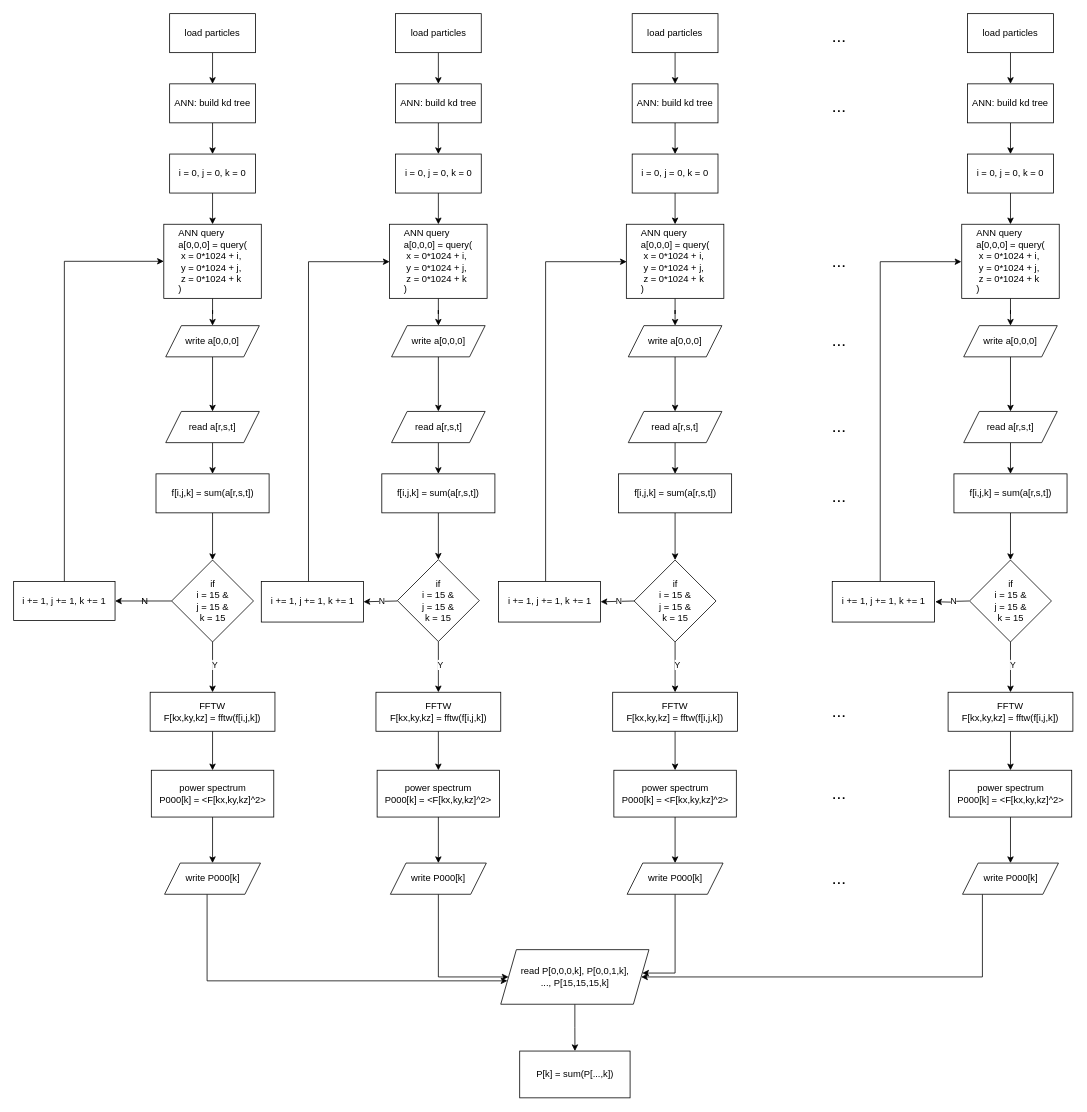
This is Untitled Diagram.drawio from YujieH3/large-velocity-power-spectrum, a draw.io file, before an edit. Source tidied: cells renumbered, new cells numbered last; positions are measured from the earlier drawing's top-left corner, leaving out a move shared by most shapes. Both pictures are drawn from the tidied source at 78%, with x=0, y=0 at pixel (13, 13).
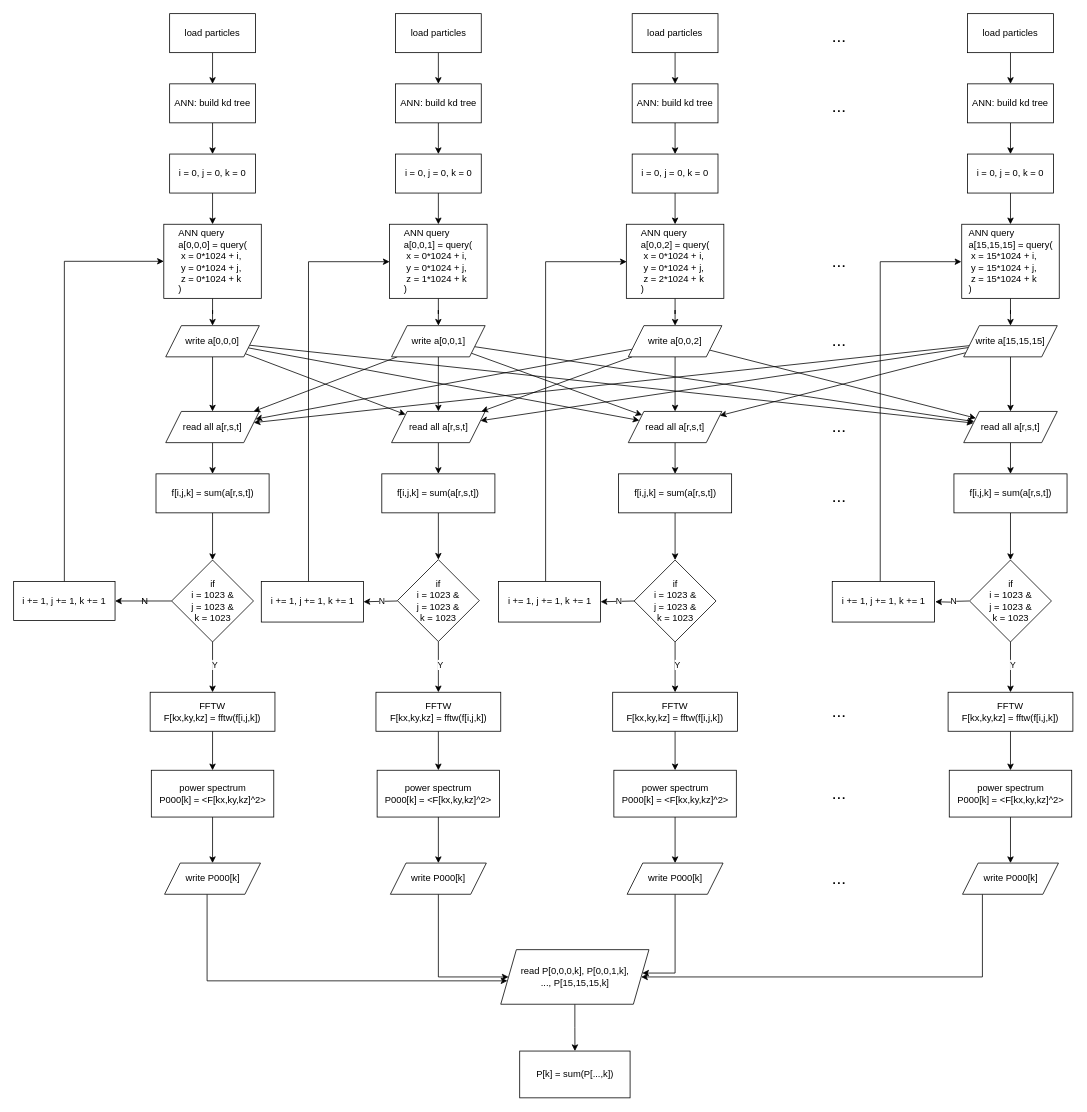
Above is the later version.

The change refers to these unchanged cells:
```xml
<mxCell id="12" value="write a[0,0,0]" style="shape=parallelogram;perimeter=parallelogramPerimeter;whiteSpace=wrap;html=1;fixedSize=1;rounded=0;" parent="1" vertex="1">
  <mxGeometry x="195" y="400" width="120" height="40" as="geometry" />
</mxCell>
```

The edit, as a diff of the source:
```diff
@@
+    <mxCell id="122" style="edgeStyle=none;shape=connector;rounded=0;jettySize=auto;html=1;labelBackgroundColor=default;strokeColor=default;align=center;verticalAlign=middle;fontFamily=Helvetica;fontSize=11;fontColor=default;endArrow=classic;" parent="1" edge="1" source="12" target="44">
+      <mxGeometry relative="1" as="geometry" />
+    </mxCell>
+    <mxCell id="123" style="edgeStyle=none;shape=connector;rounded=0;jettySize=auto;html=1;labelBackgroundColor=default;strokeColor=default;align=center;verticalAlign=middle;fontFamily=Helvetica;fontSize=11;fontColor=default;endArrow=classic;" parent="1" edge="1" source="12" target="67">
+      <mxGeometry relative="1" as="geometry" />
+    </mxCell>
+    <mxCell id="124" style="edgeStyle=none;shape=connector;rounded=0;jettySize=auto;html=1;labelBackgroundColor=default;strokeColor=default;align=center;verticalAlign=middle;fontFamily=Helvetica;fontSize=11;fontColor=default;endArrow=classic;" parent="1" edge="1" source="12" target="90">
+      <mxGeometry relative="1" as="geometry" />
+    </mxCell>
@@
-    <mxCell id="14" value="read a[r,s,t]" style="shape=parallelogram;perimeter=parallelogramPerimeter;whiteSpace=wrap;html=1;fixedSize=1;rounded=0;" parent="1" vertex="1">
+    <mxCell id="14" value="read all a[r,s,t]" style="shape=parallelogram;perimeter=parallelogramPerimeter;whiteSpace=wrap;html=1;fixedSize=1;rounded=0;" parent="1" vertex="1">
       <mxGeometry x="195" y="510" width="120" height="40" as="geometry" />
     </mxCell>
@@
-    <mxCell id="20" value="&lt;div&gt;if&lt;br&gt;&lt;/div&gt;&lt;div&gt;i = 15 &amp;amp;&lt;br&gt;&lt;/div&gt;&lt;div&gt;j = 15 &amp;amp;&lt;br&gt;&lt;/div&gt;&lt;div&gt;k = 15&lt;br&gt;&lt;/div&gt;" style="rhombus;whiteSpace=wrap;html=1;rounded=0;" parent="1" vertex="1">
+    <mxCell id="20" value="&lt;div&gt;if&lt;br&gt;&lt;/div&gt;&lt;div&gt;i = 1023 &amp;amp;&lt;br&gt;&lt;/div&gt;&lt;div&gt;j = 1023 &amp;amp;&lt;br&gt;&lt;/div&gt;&lt;div&gt;k = 1023&lt;br&gt;&lt;/div&gt;" style="rhombus;whiteSpace=wrap;html=1;rounded=0;" parent="1" vertex="1">
       <mxGeometry x="202.5" y="700.5" width="105" height="105" as="geometry" />
     </mxCell>
@@
-    <mxCell id="40" value="&lt;div style=&quot;text-align: left;&quot;&gt;ANN query&lt;/div&gt;&lt;div style=&quot;text-align: left;&quot;&gt;a[0,0,0] = query(&lt;/div&gt;&lt;div style=&quot;text-align: left;&quot;&gt;&amp;nbsp;x = 0*1024 + i,&lt;/div&gt;&lt;div style=&quot;text-align: left;&quot;&gt;&amp;nbsp;y = 0*1024 + j,&lt;/div&gt;&lt;div style=&quot;text-align: left;&quot;&gt;&amp;nbsp;z = 0*1024 + k&lt;/div&gt;&lt;div style=&quot;text-align: left;&quot;&gt;)&lt;/div&gt;" style="whiteSpace=wrap;html=1;rounded=0;" parent="1" vertex="1">
+    <mxCell id="40" value="&lt;div style=&quot;text-align: left;&quot;&gt;ANN query&lt;/div&gt;&lt;div style=&quot;text-align: left;&quot;&gt;a[0,0,1] = query(&lt;/div&gt;&lt;div style=&quot;text-align: left;&quot;&gt;&amp;nbsp;x = 0*1024 + i,&lt;/div&gt;&lt;div style=&quot;text-align: left;&quot;&gt;&amp;nbsp;y = 0*1024 + j,&lt;/div&gt;&lt;div style=&quot;text-align: left;&quot;&gt;&amp;nbsp;z = 1*1024 + k&lt;/div&gt;&lt;div style=&quot;text-align: left;&quot;&gt;)&lt;/div&gt;" style="whiteSpace=wrap;html=1;rounded=0;" parent="1" vertex="1">
       <mxGeometry x="482" y="270" width="125" height="95" as="geometry" />
     </mxCell>
@@
+    <mxCell id="125" style="rounded=0;jettySize=auto;html=1;jumpStyle=none;" parent="1" edge="1" source="42" target="14">
+      <mxGeometry relative="1" as="geometry" />
+    </mxCell>
+    <mxCell id="126" style="edgeStyle=none;shape=connector;rounded=0;jettySize=auto;html=1;labelBackgroundColor=default;strokeColor=default;align=center;verticalAlign=middle;fontFamily=Helvetica;fontSize=11;fontColor=default;endArrow=classic;" parent="1" edge="1" source="42" target="67">
+      <mxGeometry relative="1" as="geometry" />
+    </mxCell>
+    <mxCell id="127" style="edgeStyle=none;shape=connector;rounded=0;jettySize=auto;html=1;labelBackgroundColor=default;strokeColor=default;align=center;verticalAlign=middle;fontFamily=Helvetica;fontSize=11;fontColor=default;endArrow=classic;" parent="1" edge="1" source="42" target="90">
+      <mxGeometry relative="1" as="geometry" />
+    </mxCell>
-    <mxCell id="42" value="write a[0,0,0]" style="shape=parallelogram;perimeter=parallelogramPerimeter;whiteSpace=wrap;html=1;fixedSize=1;rounded=0;" parent="1" vertex="1">
+    <mxCell id="42" value="write a[0,0,1]" style="shape=parallelogram;perimeter=parallelogramPerimeter;whiteSpace=wrap;html=1;fixedSize=1;rounded=0;" parent="1" vertex="1">
       <mxGeometry x="484.5" y="400" width="120" height="40" as="geometry" />
     </mxCell>
@@
-    <mxCell id="44" value="read a[r,s,t]" style="shape=parallelogram;perimeter=parallelogramPerimeter;whiteSpace=wrap;html=1;fixedSize=1;rounded=0;" parent="1" vertex="1">
+    <mxCell id="44" value="read all a[r,s,t]" style="shape=parallelogram;perimeter=parallelogramPerimeter;whiteSpace=wrap;html=1;fixedSize=1;rounded=0;" parent="1" vertex="1">
       <mxGeometry x="484.5" y="510" width="120" height="40" as="geometry" />
     </mxCell>
@@
-    <mxCell id="49" value="&lt;div&gt;if&lt;br&gt;&lt;/div&gt;&lt;div&gt;i = 15 &amp;amp;&lt;br&gt;&lt;/div&gt;&lt;div&gt;j = 15 &amp;amp;&lt;br&gt;&lt;/div&gt;&lt;div&gt;k = 15&lt;br&gt;&lt;/div&gt;" style="rhombus;whiteSpace=wrap;html=1;rounded=0;" parent="1" vertex="1">
+    <mxCell id="49" value="&lt;div&gt;if&lt;br&gt;&lt;/div&gt;&lt;div&gt;i = 1023 &amp;amp;&lt;br&gt;&lt;/div&gt;&lt;div&gt;j = 1023 &amp;amp;&lt;br&gt;&lt;/div&gt;&lt;div&gt;k = 1023&lt;br&gt;&lt;/div&gt;" style="rhombus;whiteSpace=wrap;html=1;rounded=0;" parent="1" vertex="1">
       <mxGeometry x="492" y="700" width="105" height="105" as="geometry" />
     </mxCell>
@@
-    <mxCell id="63" value="&lt;div style=&quot;text-align: left;&quot;&gt;ANN query&lt;/div&gt;&lt;div style=&quot;text-align: left;&quot;&gt;a[0,0,0] = query(&lt;/div&gt;&lt;div style=&quot;text-align: left;&quot;&gt;&amp;nbsp;x = 0*1024 + i,&lt;/div&gt;&lt;div style=&quot;text-align: left;&quot;&gt;&amp;nbsp;y = 0*1024 + j,&lt;/div&gt;&lt;div style=&quot;text-align: left;&quot;&gt;&amp;nbsp;z = 0*1024 + k&lt;/div&gt;&lt;div style=&quot;text-align: left;&quot;&gt;)&lt;/div&gt;" style="whiteSpace=wrap;html=1;rounded=0;" parent="1" vertex="1">
+    <mxCell id="63" value="&lt;div style=&quot;text-align: left;&quot;&gt;ANN query&lt;/div&gt;&lt;div style=&quot;text-align: left;&quot;&gt;a[0,0,2] = query(&lt;/div&gt;&lt;div style=&quot;text-align: left;&quot;&gt;&amp;nbsp;x = 0*1024 + i,&lt;/div&gt;&lt;div style=&quot;text-align: left;&quot;&gt;&amp;nbsp;y = 0*1024 + j,&lt;/div&gt;&lt;div style=&quot;text-align: left;&quot;&gt;&amp;nbsp;z = 2*1024 + k&lt;/div&gt;&lt;div style=&quot;text-align: left;&quot;&gt;)&lt;/div&gt;" style="whiteSpace=wrap;html=1;rounded=0;" parent="1" vertex="1">
       <mxGeometry x="785.5" y="270" width="125" height="95" as="geometry" />
     </mxCell>
@@
+    <mxCell id="128" style="rounded=0;jettySize=auto;html=1;" parent="1" edge="1" source="65" target="14">
+      <mxGeometry relative="1" as="geometry" />
+    </mxCell>
+    <mxCell id="129" style="edgeStyle=none;shape=connector;rounded=0;jettySize=auto;html=1;labelBackgroundColor=default;strokeColor=default;align=center;verticalAlign=middle;fontFamily=Helvetica;fontSize=11;fontColor=default;endArrow=classic;" parent="1" edge="1" source="65" target="44">
+      <mxGeometry relative="1" as="geometry" />
+    </mxCell>
+    <mxCell id="130" style="edgeStyle=none;shape=connector;rounded=0;jettySize=auto;html=1;labelBackgroundColor=default;strokeColor=default;align=center;verticalAlign=middle;fontFamily=Helvetica;fontSize=11;fontColor=default;endArrow=classic;" parent="1" edge="1" source="65" target="90">
+      <mxGeometry relative="1" as="geometry" />
+    </mxCell>
-    <mxCell id="65" value="write a[0,0,0]" style="shape=parallelogram;perimeter=parallelogramPerimeter;whiteSpace=wrap;html=1;fixedSize=1;rounded=0;" parent="1" vertex="1">
+    <mxCell id="65" value="write a[0,0,2]" style="shape=parallelogram;perimeter=parallelogramPerimeter;whiteSpace=wrap;html=1;fixedSize=1;rounded=0;" parent="1" vertex="1">
       <mxGeometry x="788" y="400" width="120" height="40" as="geometry" />
     </mxCell>
@@
-    <mxCell id="67" value="read a[r,s,t]" style="shape=parallelogram;perimeter=parallelogramPerimeter;whiteSpace=wrap;html=1;fixedSize=1;rounded=0;" parent="1" vertex="1">
+    <mxCell id="67" value="read all a[r,s,t]" style="shape=parallelogram;perimeter=parallelogramPerimeter;whiteSpace=wrap;html=1;fixedSize=1;rounded=0;" parent="1" vertex="1">
       <mxGeometry x="788" y="510" width="120" height="40" as="geometry" />
     </mxCell>
@@
-    <mxCell id="72" value="&lt;div&gt;if&lt;br&gt;&lt;/div&gt;&lt;div&gt;i = 15 &amp;amp;&lt;br&gt;&lt;/div&gt;&lt;div&gt;j = 15 &amp;amp;&lt;br&gt;&lt;/div&gt;&lt;div&gt;k = 15&lt;br&gt;&lt;/div&gt;" style="rhombus;whiteSpace=wrap;html=1;rounded=0;" parent="1" vertex="1">
+    <mxCell id="72" value="&lt;div&gt;if&lt;br&gt;&lt;/div&gt;&lt;div&gt;i = 1023 &amp;amp;&lt;br&gt;&lt;/div&gt;&lt;div&gt;j = 1023 &amp;amp;&lt;br&gt;&lt;/div&gt;&lt;div&gt;k = 1023&lt;br&gt;&lt;/div&gt;" style="rhombus;whiteSpace=wrap;html=1;rounded=0;" parent="1" vertex="1">
       <mxGeometry x="795.5" y="700.5" width="105" height="105" as="geometry" />
     </mxCell>
@@
-    <mxCell id="86" value="&lt;div style=&quot;text-align: left;&quot;&gt;ANN query&lt;/div&gt;&lt;div style=&quot;text-align: left;&quot;&gt;a[0,0,0] = query(&lt;/div&gt;&lt;div style=&quot;text-align: left;&quot;&gt;&amp;nbsp;x = 0*1024 + i,&lt;/div&gt;&lt;div style=&quot;text-align: left;&quot;&gt;&amp;nbsp;y = 0*1024 + j,&lt;/div&gt;&lt;div style=&quot;text-align: left;&quot;&gt;&amp;nbsp;z = 0*1024 + k&lt;/div&gt;&lt;div style=&quot;text-align: left;&quot;&gt;)&lt;/div&gt;" style="whiteSpace=wrap;html=1;rounded=0;" parent="1" vertex="1">
+    <mxCell id="86" value="&lt;div style=&quot;text-align: left;&quot;&gt;ANN query&lt;/div&gt;&lt;div style=&quot;text-align: left;&quot;&gt;a[15,15,15] = query(&lt;/div&gt;&lt;div style=&quot;text-align: left;&quot;&gt;&amp;nbsp;x = 15*1024 + i,&lt;/div&gt;&lt;div style=&quot;text-align: left;&quot;&gt;&amp;nbsp;y = 15*1024 + j,&lt;/div&gt;&lt;div style=&quot;text-align: left;&quot;&gt;&amp;nbsp;z = 15*1024 + k&lt;/div&gt;&lt;div style=&quot;text-align: left;&quot;&gt;)&lt;/div&gt;" style="whiteSpace=wrap;html=1;rounded=0;" parent="1" vertex="1">
       <mxGeometry x="1215.5" y="270" width="125" height="95" as="geometry" />
     </mxCell>
@@
+    <mxCell id="131" style="edgeStyle=none;shape=connector;rounded=0;jettySize=auto;html=1;labelBackgroundColor=default;strokeColor=default;align=center;verticalAlign=middle;fontFamily=Helvetica;fontSize=11;fontColor=default;endArrow=classic;" parent="1" edge="1" source="88" target="14">
+      <mxGeometry relative="1" as="geometry" />
+    </mxCell>
+    <mxCell id="132" style="edgeStyle=none;shape=connector;rounded=0;jettySize=auto;html=1;labelBackgroundColor=default;strokeColor=default;align=center;verticalAlign=middle;fontFamily=Helvetica;fontSize=11;fontColor=default;endArrow=classic;" parent="1" edge="1" source="88" target="44">
+      <mxGeometry relative="1" as="geometry" />
+    </mxCell>
+    <mxCell id="133" style="edgeStyle=none;shape=connector;rounded=0;jettySize=auto;html=1;labelBackgroundColor=default;strokeColor=default;align=center;verticalAlign=middle;fontFamily=Helvetica;fontSize=11;fontColor=default;endArrow=classic;" parent="1" edge="1" source="88" target="67">
+      <mxGeometry relative="1" as="geometry" />
+    </mxCell>
-    <mxCell id="88" value="write a[0,0,0]" style="shape=parallelogram;perimeter=parallelogramPerimeter;whiteSpace=wrap;html=1;fixedSize=1;rounded=0;" parent="1" vertex="1">
+    <mxCell id="88" value="write a[15,15,15]" style="shape=parallelogram;perimeter=parallelogramPerimeter;whiteSpace=wrap;html=1;fixedSize=1;rounded=0;" parent="1" vertex="1">
       <mxGeometry x="1218" y="400" width="120" height="40" as="geometry" />
     </mxCell>
@@
-    <mxCell id="90" value="read a[r,s,t]" style="shape=parallelogram;perimeter=parallelogramPerimeter;whiteSpace=wrap;html=1;fixedSize=1;rounded=0;" parent="1" vertex="1">
+    <mxCell id="90" value="read all a[r,s,t]" style="shape=parallelogram;perimeter=parallelogramPerimeter;whiteSpace=wrap;html=1;fixedSize=1;rounded=0;" parent="1" vertex="1">
       <mxGeometry x="1218" y="510" width="120" height="40" as="geometry" />
     </mxCell>
@@
-    <mxCell id="95" value="&lt;div&gt;if&lt;br&gt;&lt;/div&gt;&lt;div&gt;i = 15 &amp;amp;&lt;br&gt;&lt;/div&gt;&lt;div&gt;j = 15 &amp;amp;&lt;br&gt;&lt;/div&gt;&lt;div&gt;k = 15&lt;br&gt;&lt;/div&gt;" style="rhombus;whiteSpace=wrap;html=1;rounded=0;" parent="1" vertex="1">
+    <mxCell id="95" value="&lt;div&gt;if&lt;br&gt;&lt;/div&gt;&lt;div&gt;i = 1023 &amp;amp;&lt;br&gt;&lt;/div&gt;&lt;div&gt;j = 1023 &amp;amp;&lt;br&gt;&lt;/div&gt;&lt;div&gt;k = 1023&lt;br&gt;&lt;/div&gt;" style="rhombus;whiteSpace=wrap;html=1;rounded=0;" parent="1" vertex="1">
       <mxGeometry x="1225.5" y="700.5" width="105" height="105" as="geometry" />
     </mxCell>
```
